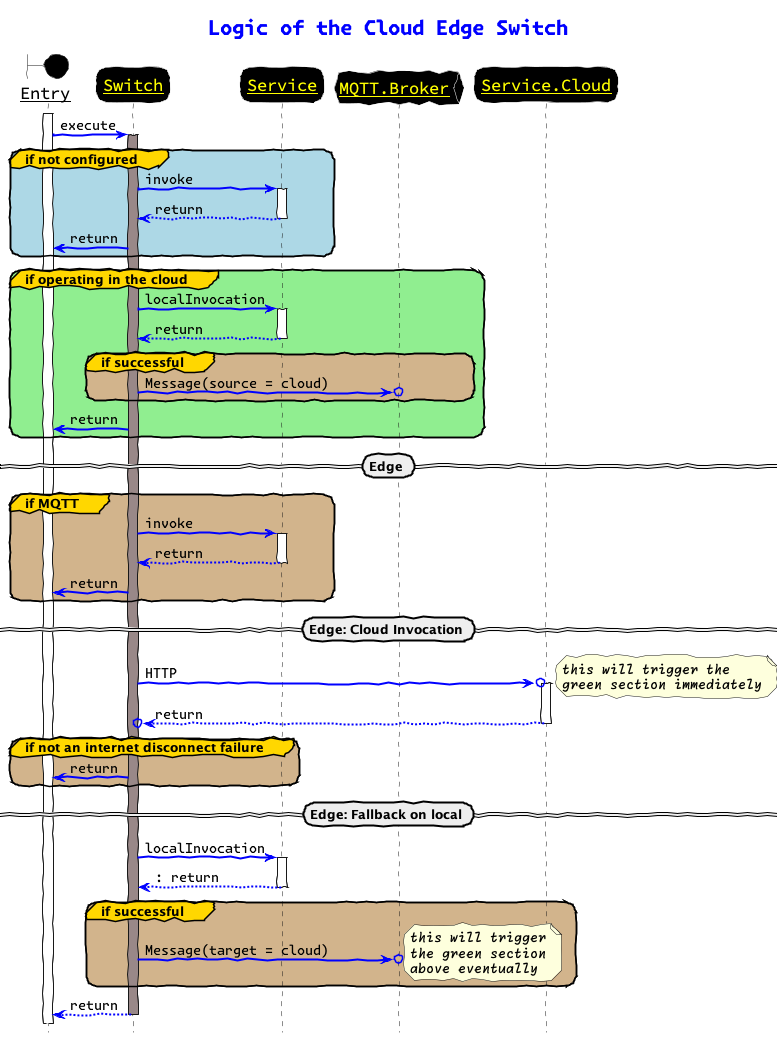
Above: images/chenile/cloud-edge-switch.png in rajakolluru/cheniledocs.github.io (PlantUML), before the change.
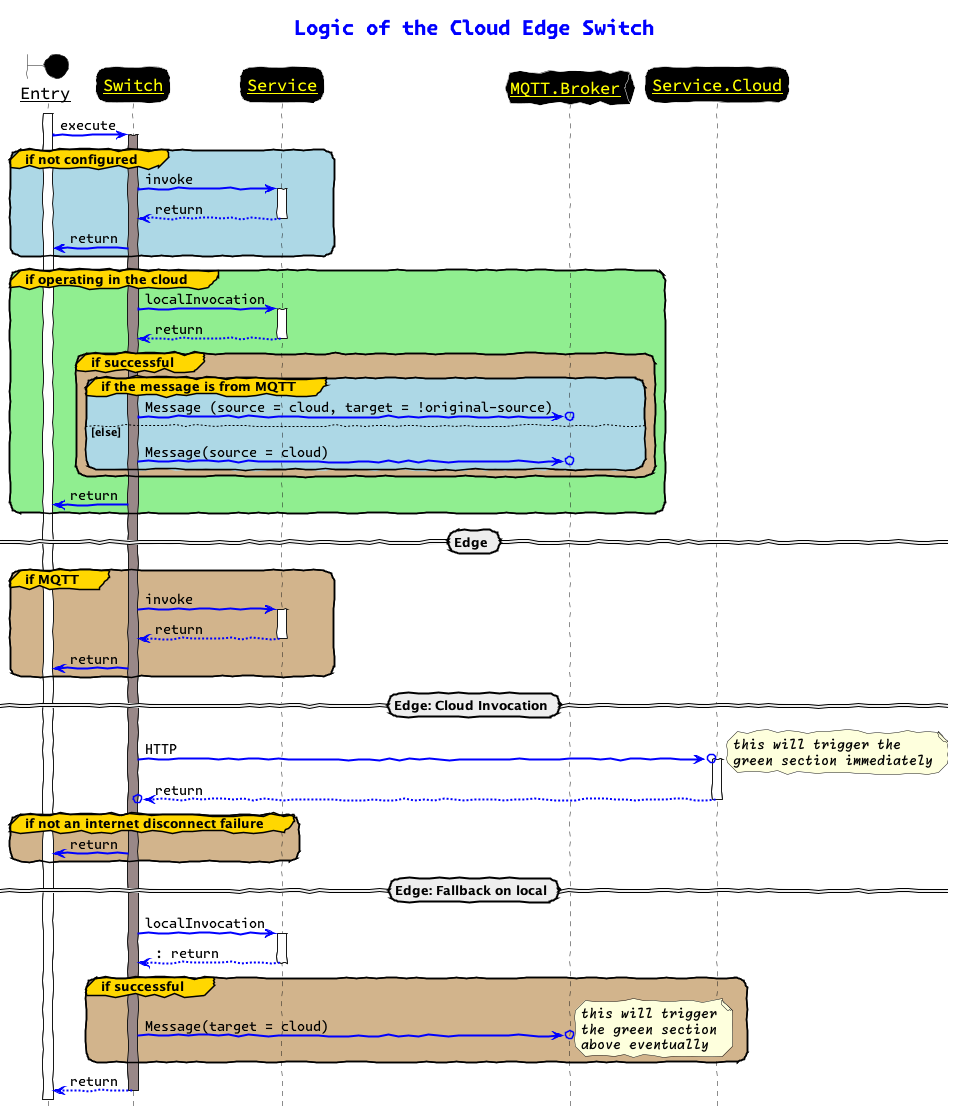
After the change.

Diff of the diagram source:
```diff
@@ -55,7 +55,11 @@
 Switch ->  Service ++ : localInvocation
 return return
     group#gold #tan if successful
+        group#gold #LightBlue if the message is from MQTT
+           Switch ->O MQTT.Broker : Message (source = cloud, target = !original-source)
+        else else
         Switch ->O MQTT.Broker : Message(source = cloud)
+        end
     end
     Switch -> Entry : return
 end
```
